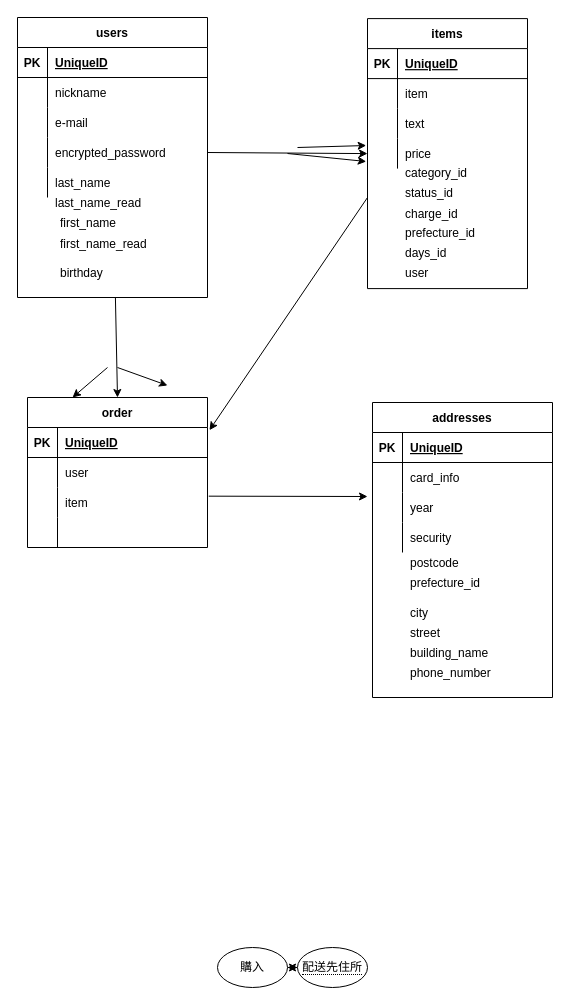
Before: DB設計.dio in s-oto/furima-39720, a draw.io diagram. Source tidied: cells renumbered, new cells numbered last; positions are measured from the earlier drawing's top-left corner, leaving out a move shared by most shapes. Both pictures are drawn from the tidied source at 100%, with x=0, y=0 at pixel (17, 17).
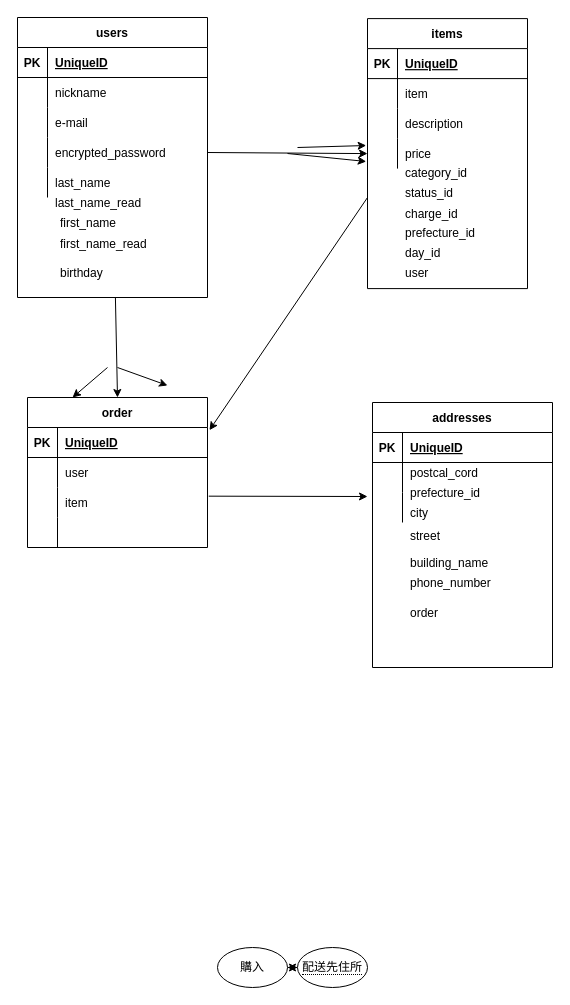
The same page after the edit.

Unchanged cells that the change refers to:
```xml
<mxCell id="9" style="shape=tableRow;horizontal=0;startSize=0;swimlaneHead=0;swimlaneBody=0;fillColor=none;top=0;left=0;right=0;bottom=0;" parent="2" vertex="1">
  <mxGeometry y="90" width="160" height="30" as="geometry" />
</mxCell>
<mxCell id="61" style="shape=tableRow;horizontal=0;startSize=0;swimlaneHead=0;swimlaneBody=0;fillColor=none;top=0;left=0;right=0;bottom=0;" parent="57" vertex="1">
  <mxGeometry y="60" width="180" height="30" as="geometry" />
</mxCell>
<mxCell id="64" style="shape=tableRow;horizontal=0;startSize=0;swimlaneHead=0;swimlaneBody=0;fillColor=none;top=0;left=0;right=0;bottom=0;" parent="57" vertex="1">
  <mxGeometry y="90" width="180" height="30" as="geometry" />
</mxCell>
```

What changed in the source:
```diff
@@
-    <mxCell id="11" value="text" style="shape=partialRectangle;fillColor=none;top=0;left=0;bottom=0;right=0;align=left;spacingLeft=6;overflow=hidden;" parent="9" vertex="1">
+    <mxCell id="11" value="description" style="shape=partialRectangle;fillColor=none;top=0;left=0;bottom=0;right=0;align=left;spacingLeft=6;overflow=hidden;" parent="9" vertex="1">
       <mxGeometry x="30" width="130" height="30" as="geometry" />
     </mxCell>
@@
     <mxCell id="57" value="addresses" style="shape=table;startSize=30;childLayout=tableLayout;rowLines=0;fontStyle=1;align=center;" parent="1" vertex="1">
-      <mxGeometry x="355" y="385" width="180" height="295" as="geometry" />
+      <mxGeometry x="355" y="385" width="180" height="265" as="geometry" />
     </mxCell>
@@
-    <mxCell id="63" value="card_info" style="shape=partialRectangle;fillColor=none;top=0;left=0;bottom=0;right=0;align=left;spacingLeft=6;overflow=hidden;" parent="61" vertex="1">
+    <mxCell id="63" style="shape=partialRectangle;fillColor=none;top=0;left=0;bottom=0;right=0;align=left;spacingLeft=6;overflow=hidden;" parent="61" vertex="1">
       <mxGeometry x="30" width="150" height="30" as="geometry" />
     </mxCell>
@@
-    <mxCell id="66" value="year" style="shape=partialRectangle;fillColor=none;top=0;left=0;bottom=0;right=0;align=left;spacingLeft=6;overflow=hidden;" parent="64" vertex="1">
+    <mxCell id="66" style="shape=partialRectangle;fillColor=none;top=0;left=0;bottom=0;right=0;align=left;spacingLeft=6;overflow=hidden;" parent="64" vertex="1">
       <mxGeometry x="30" width="150" height="30" as="geometry" />
     </mxCell>
-    <mxCell id="67" style="shape=tableRow;horizontal=0;startSize=0;swimlaneHead=0;swimlaneBody=0;fillColor=none;top=0;left=0;right=0;bottom=0;" parent="57" vertex="1">
-      <mxGeometry y="120" width="180" height="30" as="geometry" />
-    </mxCell>
-    <mxCell id="68" style="shape=partialRectangle;fillColor=none;top=0;left=0;bottom=0;right=0;overflow=hidden;" parent="67" vertex="1">
-      <mxGeometry width="30" height="30" as="geometry" />
-    </mxCell>
-    <mxCell id="69" value="security" style="shape=partialRectangle;fillColor=none;top=0;left=0;bottom=0;right=0;align=left;spacingLeft=6;overflow=hidden;" parent="67" vertex="1">
-      <mxGeometry x="30" width="150" height="30" as="geometry" />
-    </mxCell>
     <mxCell id="70" value="building_name" style="shape=partialRectangle;fillColor=none;top=0;left=0;bottom=0;right=0;align=left;spacingLeft=6;overflow=hidden;" parent="1" vertex="1">
-      <mxGeometry x="385" y="620" width="150" height="30" as="geometry" />
+      <mxGeometry x="385" y="530" width="150" height="30" as="geometry" />
     </mxCell>
     <mxCell id="71" value="phone_number" style="shape=partialRectangle;fillColor=none;top=0;left=0;bottom=0;right=0;align=left;spacingLeft=6;overflow=hidden;" parent="1" vertex="1">
-      <mxGeometry x="385" y="640" width="150" height="30" as="geometry" />
+      <mxGeometry x="385" y="550" width="150" height="30" as="geometry" />
     </mxCell>
@@
-    <mxCell id="78" value="days_id" style="shape=partialRectangle;fillColor=none;top=0;left=0;bottom=0;right=0;align=left;spacingLeft=6;overflow=hidden;" parent="1" vertex="1">
+    <mxCell id="78" value="day_id" style="shape=partialRectangle;fillColor=none;top=0;left=0;bottom=0;right=0;align=left;spacingLeft=6;overflow=hidden;" parent="1" vertex="1">
       <mxGeometry x="380" y="220" width="130" height="30" as="geometry" />
     </mxCell>
     <mxCell id="79" value="city" style="shape=partialRectangle;fillColor=none;top=0;left=0;bottom=0;right=0;align=left;spacingLeft=6;overflow=hidden;" parent="1" vertex="1">
-      <mxGeometry x="385" y="580" width="150" height="30" as="geometry" />
+      <mxGeometry x="385" y="480" width="150" height="30" as="geometry" />
     </mxCell>
@@
     <mxCell id="81" value="street" style="shape=partialRectangle;fillColor=none;top=0;left=0;bottom=0;right=0;align=left;spacingLeft=6;overflow=hidden;" parent="1" vertex="1">
-      <mxGeometry x="385" y="600" width="150" height="30" as="geometry" />
+      <mxGeometry x="385" y="502.5" width="150" height="30" as="geometry" />
     </mxCell>
-    <mxCell id="82" value="postcode" style="shape=partialRectangle;fillColor=none;top=0;left=0;bottom=0;right=0;align=left;spacingLeft=6;overflow=hidden;" parent="1" vertex="1">
-      <mxGeometry x="385" y="530" width="150" height="30" as="geometry" />
+    <mxCell id="82" value="postcal_cord" style="shape=partialRectangle;fillColor=none;top=0;left=0;bottom=0;right=0;align=left;spacingLeft=6;overflow=hidden;" parent="1" vertex="1">
+      <mxGeometry x="385" y="440" width="150" height="30" as="geometry" />
     </mxCell>
@@
     <mxCell id="84" value="prefecture_id" style="shape=partialRectangle;fillColor=none;top=0;left=0;bottom=0;right=0;align=left;spacingLeft=6;overflow=hidden;" parent="1" vertex="1">
-      <mxGeometry x="385" y="550" width="150" height="30" as="geometry" />
+      <mxGeometry x="385" y="460" width="150" height="30" as="geometry" />
     </mxCell>
+    <mxCell id="85" value="order" style="shape=partialRectangle;fillColor=none;top=0;left=0;bottom=0;right=0;align=left;spacingLeft=6;overflow=hidden;" parent="1" vertex="1">
+      <mxGeometry x="385" y="580" width="150" height="30" as="geometry" />
+    </mxCell>
```
